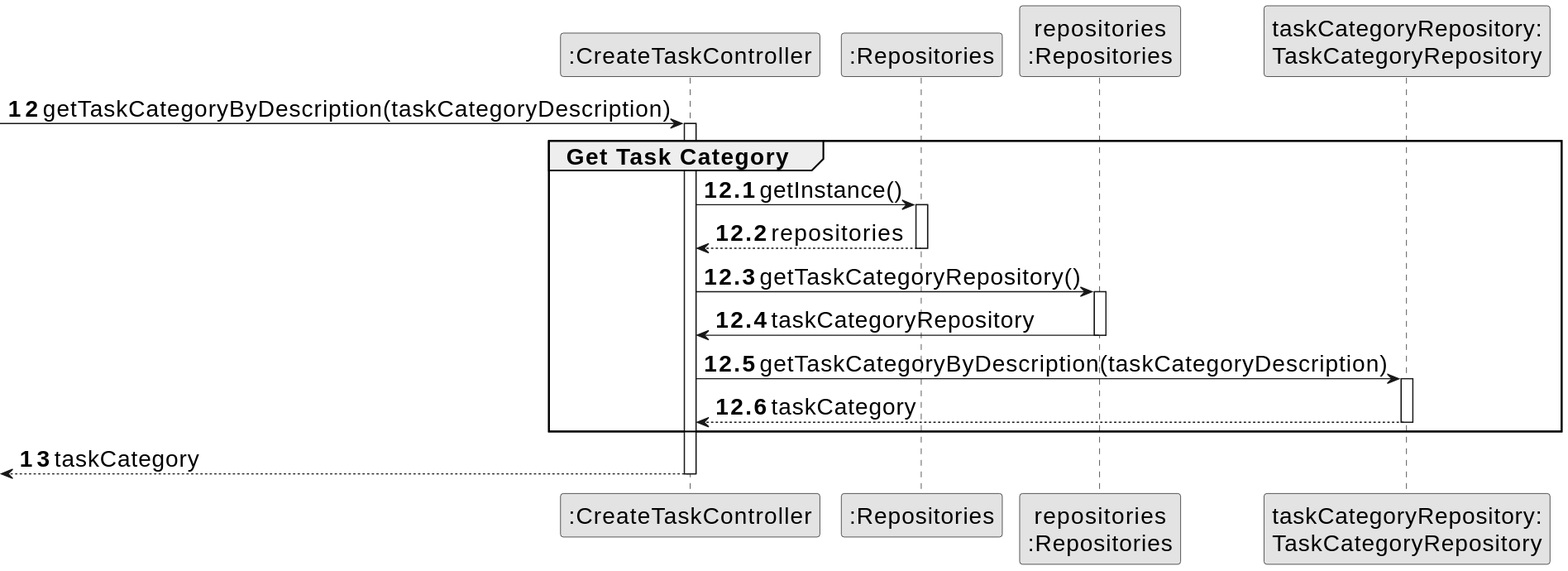
Departamento-de-Engenharia-Informatica/lei-24-s2-1df-1de-g063 keeps this PlantUML diagram as docs/sprintB/us006/03.design/svg/us006-sequence-diagram-partial-get-task-category.svg. Above is the earlier version. The source it was exported from:
```plantuml
@startuml
skinparamlocked defaultFontSize 20
skinparam monochrome true
skinparam packageStyle rectangle
skinparam shadowing false

participant ":CreateTaskController" as CTRL
participant ":Repositories" as RepositorySingleton
participant "repositories\n:Repositories" as PLAT
participant "taskCategoryRepository:\nTaskCategoryRepository" as TaskCategoryRepository

autonumber 12
-> CTRL : getTaskCategoryByDescription(taskCategoryDescription)

autonumber 12.1

activate CTRL
    group Get Task Category
        CTRL -> RepositorySingleton : getInstance()
        activate RepositorySingleton

            RepositorySingleton --> CTRL: repositories
        deactivate RepositorySingleton

        CTRL -> PLAT : getTaskCategoryRepository()
        activate PLAT

            PLAT -> CTRL : taskCategoryRepository
        deactivate PLAT

        CTRL -> TaskCategoryRepository : getTaskCategoryByDescription(taskCategoryDescription)
        activate TaskCategoryRepository

            TaskCategoryRepository --> CTRL : taskCategory
        deactivate TaskCategoryRepository

    end group

    autonumber 13
    <-- CTRL : taskCategory

deactivate CTRL
@enduml
```
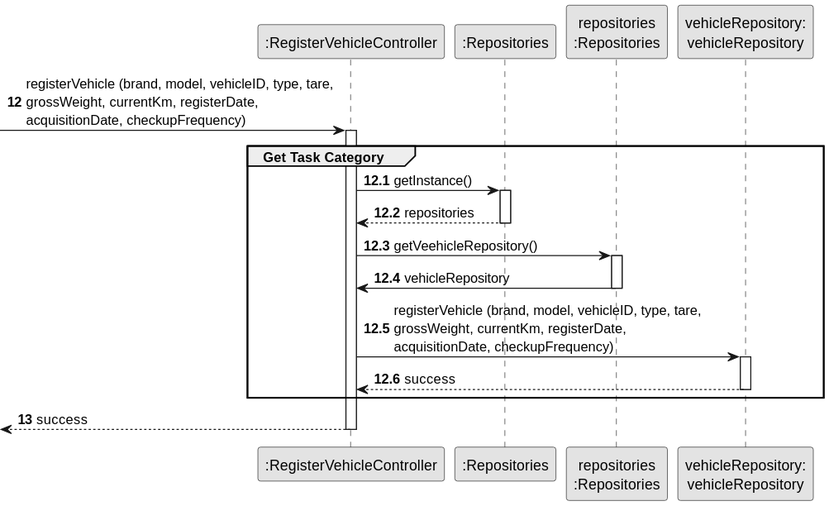
The same diagram one commit later.

Change to the diagram source:
```diff
@@ -1,16 +1,15 @@
 @startuml
-skinparamlocked defaultFontSize 20
 skinparam monochrome true
 skinparam packageStyle rectangle
 skinparam shadowing false
 
-participant ":CreateTaskController" as CTRL
+participant ":RegisterVehicleController" as CTRL
 participant ":Repositories" as RepositorySingleton
 participant "repositories\n:Repositories" as PLAT
-participant "taskCategoryRepository:\nTaskCategoryRepository" as TaskCategoryRepository
+participant "vehicleRepository:\nvehicleRepository" as TaskCategoryRepository
 
 autonumber 12
--> CTRL : getTaskCategoryByDescription(taskCategoryDescription)
+-> CTRL : registerVehicle (brand, model, vehicleID, type, tare,\ngrossWeight, currentKm, registerDate, \nacquisitionDate, checkupFrequency)
 
 autonumber 12.1
 
@@ -22,22 +21,22 @@
             RepositorySingleton --> CTRL: repositories
         deactivate RepositorySingleton
 
-        CTRL -> PLAT : getTaskCategoryRepository()
+        CTRL -> PLAT : getVeehicleRepository()
         activate PLAT
 
-            PLAT -> CTRL : taskCategoryRepository
+            PLAT -> CTRL : vehicleRepository
         deactivate PLAT
 
-        CTRL -> TaskCategoryRepository : getTaskCategoryByDescription(taskCategoryDescription)
+        CTRL -> TaskCategoryRepository : registerVehicle (brand, model, vehicleID, type, tare,\ngrossWeight, currentKm, registerDate, \nacquisitionDate, checkupFrequency)
         activate TaskCategoryRepository
 
-            TaskCategoryRepository --> CTRL : taskCategory
+            TaskCategoryRepository --> CTRL : success
         deactivate TaskCategoryRepository
 
     end group
 
     autonumber 13
-    <-- CTRL : taskCategory
+    <-- CTRL : success
 
 deactivate CTRL
 @enduml
```
